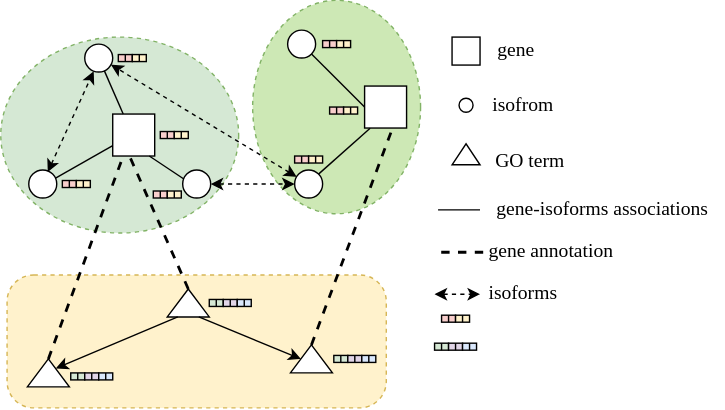
gk3046/testgkkk keeps this draw.io diagram as 未命名绘图.drawio.svg. Above is the earlier version. Source tidied: cells renumbered, new cells last; positions are measured from the earlier drawing's top-left corner, leaving out a move shared by most shapes.
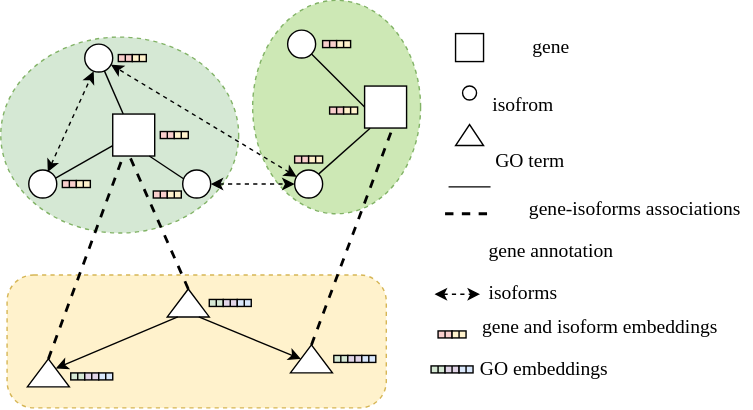
The same diagram one commit later.

Commit message:
更新未命名绘图.drawio.svg

What changed in the source:
```diff
@@ -85,27 +85,27 @@
       </mxGeometry>
     </mxCell>
     <mxCell id="28" style="ellipse;whiteSpace=wrap;html=1;" parent="1" vertex="1">
-      <mxGeometry x="327.5" y="69.8" width="10" height="10" as="geometry" />
+      <mxGeometry x="330" y="61" width="10" height="10" as="geometry" />
     </mxCell>
     <mxCell id="29" value="&lt;font style=&quot;font-size: 14px;&quot; face=&quot;Times New Roman&quot;&gt;isofrom&lt;/font&gt;" style="text;html=1;align=center;verticalAlign=middle;strokeColor=none;fillColor=none;" parent="1" vertex="1">
       <mxGeometry x="337.5" y="59.8" width="70" height="30" as="geometry" />
     </mxCell>
     <mxCell id="30" style="rounded=1;whiteSpace=wrap;html=1;arcSize=0;direction=west;" parent="1" vertex="1">
-      <mxGeometry x="322.5" y="26" width="20" height="20" as="geometry" />
+      <mxGeometry x="325" y="23.5" width="20" height="20" as="geometry" />
     </mxCell>
     <mxCell id="31" value="&lt;font style=&quot;font-size: 14px;&quot; face=&quot;Times New Roman&quot;&gt;gene&lt;/font&gt;" style="text;html=1;align=center;verticalAlign=middle;strokeColor=none;fillColor=none;" parent="1" vertex="1">
-      <mxGeometry x="342.5" y="21" width="50" height="30" as="geometry" />
+      <mxGeometry x="367.5" y="18.5" width="50" height="30" as="geometry" />
     </mxCell>
     <mxCell id="32" style="triangle;whiteSpace=wrap;html=1;rotation=-90;" parent="1" vertex="1">
-      <mxGeometry x="325" y="99.8" width="15" height="20" as="geometry" />
+      <mxGeometry x="327.5" y="86" width="15" height="20" as="geometry" />
     </mxCell>
     <mxCell id="33" value="&lt;font style=&quot;font-size: 14px;&quot; face=&quot;Times New Roman&quot;&gt;GO term&lt;/font&gt;" style="text;html=1;align=center;verticalAlign=middle;strokeColor=none;fillColor=none;" parent="1" vertex="1">
       <mxGeometry x="342.5" y="99.8" width="70" height="30" as="geometry" />
     </mxCell>
     <mxCell id="34" style="endArrow=none;dashed=1;html=1;strokeWidth=2;rounded=0;exitX=1;exitY=0.5;exitDx=0;exitDy=0;" parent="1" edge="1">
       <mxGeometry relative="1" as="geometry">
-        <mxPoint x="314.8" y="179.8" as="sourcePoint" />
-        <mxPoint x="350.2" y="179.8" as="targetPoint" />
+        <mxPoint x="317.5" y="152.2" as="sourcePoint" />
+        <mxPoint x="353" y="152.2" as="targetPoint" />
       </mxGeometry>
     </mxCell>
     <mxCell id="35" value="&lt;font style=&quot;font-size: 14px;&quot; face=&quot;Times New Roman&quot;&gt;gene annotation&lt;/font&gt;" style="text;html=1;align=center;verticalAlign=middle;strokeColor=none;fillColor=none;" parent="1" vertex="1">
@@ -122,18 +122,18 @@
     </mxCell>
     <mxCell id="38" style="endArrow=none;html=1;rounded=0;" parent="1" edge="1">
       <mxGeometry relative="1" as="geometry">
-        <mxPoint x="312.5" y="149.5" as="sourcePoint" />
-        <mxPoint x="342.5" y="149.5" as="targetPoint" />
+        <mxPoint x="320" y="133.1" as="sourcePoint" />
+        <mxPoint x="350" y="133.1" as="targetPoint" />
       </mxGeometry>
     </mxCell>
-    <mxCell id="39" value="&lt;font style=&quot;font-size: 14px;&quot; face=&quot;Times New Roman&quot;&gt;&amp;nbsp;gene-isoforms&amp;nbsp;associations&lt;br&gt;&lt;/font&gt;" style="text;html=1;align=center;verticalAlign=middle;strokeColor=none;fillColor=none;" parent="1" vertex="1">
-      <mxGeometry x="337.5" y="134.8" width="180" height="30" as="geometry" />
+    <mxCell id="39" value="&lt;font style=&quot;font-size: 14px;&quot; face=&quot;Times New Roman&quot;&gt;gene-isoforms&amp;nbsp;associations&lt;br&gt;&lt;/font&gt;" style="text;html=1;align=center;verticalAlign=middle;strokeColor=none;fillColor=none;" parent="1" vertex="1">
+      <mxGeometry x="367.5" y="134.8" width="170" height="30" as="geometry" />
     </mxCell>
     <mxCell id="40" style="shape=process;whiteSpace=wrap;html=1;backgroundOutline=1;size=0.5;fillColor=#d5e8d4;strokeColor=#000000;" parent="1" vertex="1">
-      <mxGeometry x="310" y="244.8" width="10" height="5" as="geometry" />
+      <mxGeometry x="307.5" y="261" width="10" height="5" as="geometry" />
     </mxCell>
     <mxCell id="41" style="shape=process;whiteSpace=wrap;html=1;backgroundOutline=1;size=0.5;fillColor=#e1d5e7;strokeColor=#000000;" parent="1" vertex="1">
-      <mxGeometry x="320" y="244.8" width="10" height="5" as="geometry" />
+      <mxGeometry x="317.5" y="261" width="10" height="5" as="geometry" />
     </mxCell>
     <mxCell id="42" style="shape=process;whiteSpace=wrap;html=1;backgroundOutline=1;size=0.5;fillColor=#f8cecc;strokeColor=#000000;" parent="1" vertex="1">
       <mxGeometry x="84" y="38.5" width="10" height="5" as="geometry" />
@@ -178,7 +178,7 @@
       <mxGeometry x="245" y="76" width="10" height="5" as="geometry" />
     </mxCell>
     <mxCell id="56" style="shape=process;whiteSpace=wrap;html=1;backgroundOutline=1;size=0.5;fillColor=#dae8fc;strokeColor=#000000;" parent="1" vertex="1">
-      <mxGeometry x="330" y="244.8" width="10" height="5" as="geometry" />
+      <mxGeometry x="327.5" y="261" width="10" height="5" as="geometry" />
     </mxCell>
     <mxCell id="57" style="shape=process;whiteSpace=wrap;html=1;backgroundOutline=1;size=0.5;fillColor=#d5e8d4;strokeColor=#000000;" parent="1" vertex="1">
       <mxGeometry x="149" y="213.5" width="10" height="5" as="geometry" />
@@ -208,10 +208,16 @@
       <mxGeometry x="70" y="266" width="10" height="5" as="geometry" />
     </mxCell>
     <mxCell id="66" style="shape=process;whiteSpace=wrap;html=1;backgroundOutline=1;size=0.5;fillColor=#f8cecc;strokeColor=#000000;" parent="1" vertex="1">
-      <mxGeometry x="315" y="224.8" width="10" height="5" as="geometry" />
+      <mxGeometry x="312.5" y="236" width="10" height="5" as="geometry" />
     </mxCell>
     <mxCell id="67" style="shape=process;whiteSpace=wrap;html=1;backgroundOutline=1;size=0.5;fillColor=#fff2cc;strokeColor=#000000;" parent="1" vertex="1">
-      <mxGeometry x="325" y="224.8" width="10" height="5" as="geometry" />
+      <mxGeometry x="322.5" y="236" width="10" height="5" as="geometry" />
     </mxCell>
+    <mxCell id="68" value="&lt;font style=&quot;font-size: 14px;&quot; face=&quot;Times New Roman&quot;&gt;gene and isoform embeddings&lt;/font&gt;" style="text;html=1;align=center;verticalAlign=middle;strokeColor=none;fillColor=none;" parent="1" vertex="1">
+      <mxGeometry x="332.5" y="218.5" width="190" height="30" as="geometry" />
+    </mxCell>
+    <mxCell id="69" value="&lt;font style=&quot;font-size: 14px;&quot; face=&quot;Times New Roman&quot;&gt;GO embeddings&lt;/font&gt;" style="text;html=1;align=center;verticalAlign=middle;strokeColor=none;fillColor=none;" parent="1" vertex="1">
+      <mxGeometry x="332.5" y="248.5" width="110" height="30" as="geometry" />
+    </mxCell>
   </root>
 </mxGraphModel>
```
